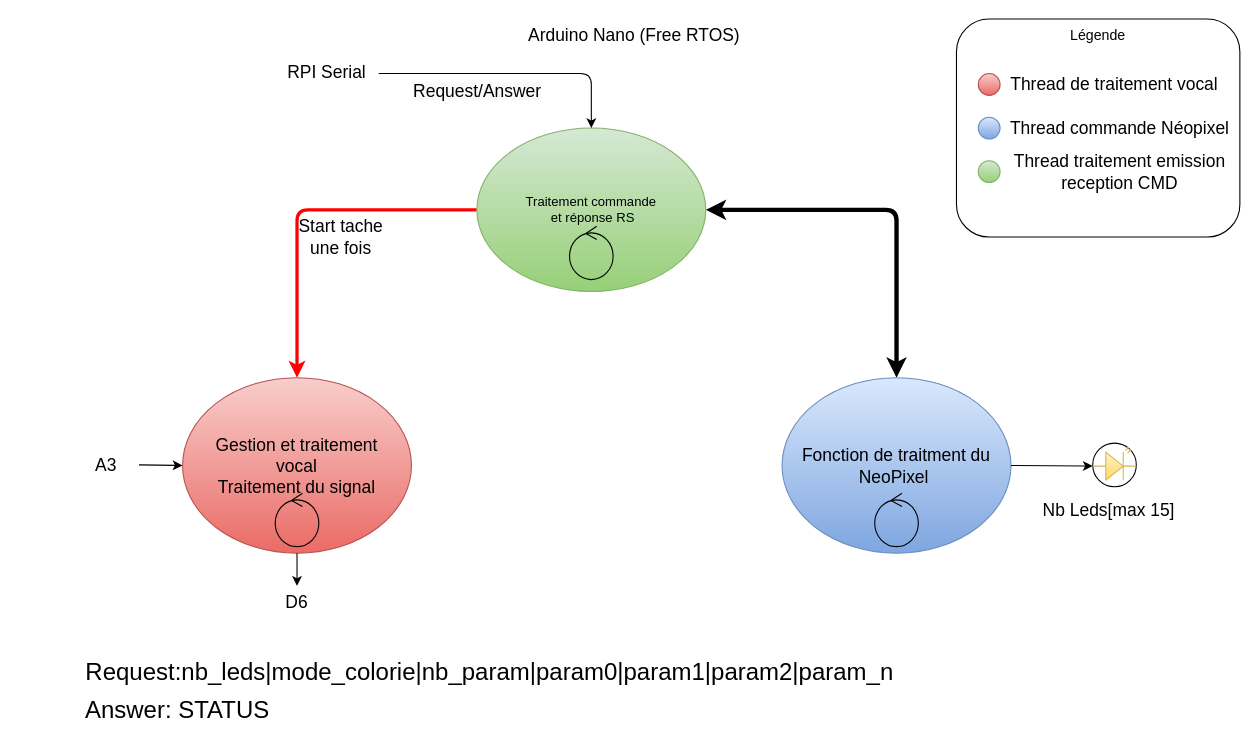
The draw.io diagram page "Code Arduino Nano" (4 of 7) of 01 - Etude/Diagrammes système.drawio in QGim/OS_InMoov, before the edit. Source tidied: cells renumbered, new cells numbered last; positions are measured from the earlier drawing's top-left corner, leaving out a move shared by most shapes. Both pictures are drawn from the tidied source at 109%, with x=0, y=0 at pixel (19, 19).
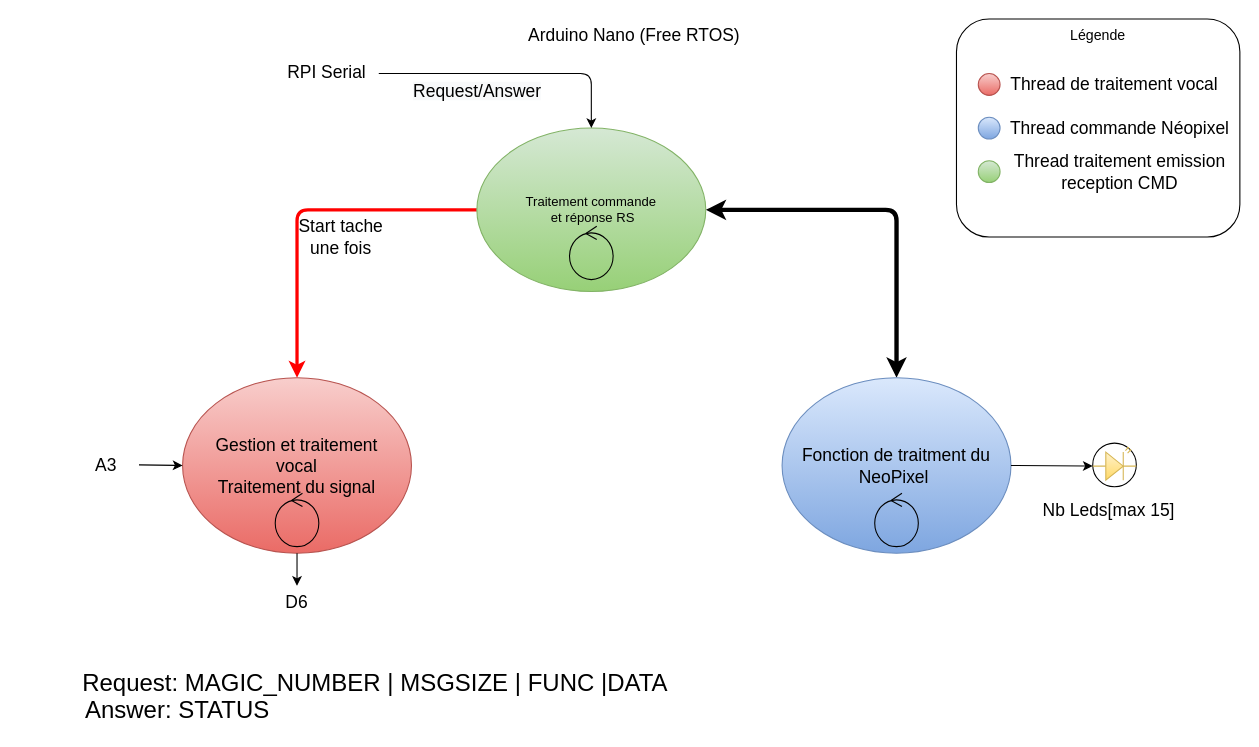
After the change.

What changed in the source:
```diff
@@
-    <mxCell id="32" value="&lt;font style=&quot;font-size: 22px&quot;&gt;&lt;span style=&quot;white-space: pre;&quot;&gt;&#9;&lt;/span&gt;Request:nb_leds|mode_colorie|nb_param|param0|param1|param2|param_n&amp;nbsp;&lt;br&gt;&lt;/font&gt;" style="text;html=1;align=center;verticalAlign=middle;strokeColor=none;fillColor=none;" parent="1" vertex="1">
-      <mxGeometry y="580" width="820" height="40" as="geometry" />
+    <mxCell id="32" value="&lt;font style=&quot;font-size: 22px&quot;&gt;&lt;span style=&quot;white-space: pre;&quot;&gt;&#9;&lt;/span&gt;Request: MAGIC_NUMBER | MSGSIZE | FUNC |DATA&amp;nbsp;&lt;br&gt;&lt;/font&gt;" style="text;html=1;align=center;verticalAlign=middle;strokeColor=none;fillColor=none;" parent="1" vertex="1">
+      <mxGeometry y="590" width="610" height="40" as="geometry" />
     </mxCell>
```
